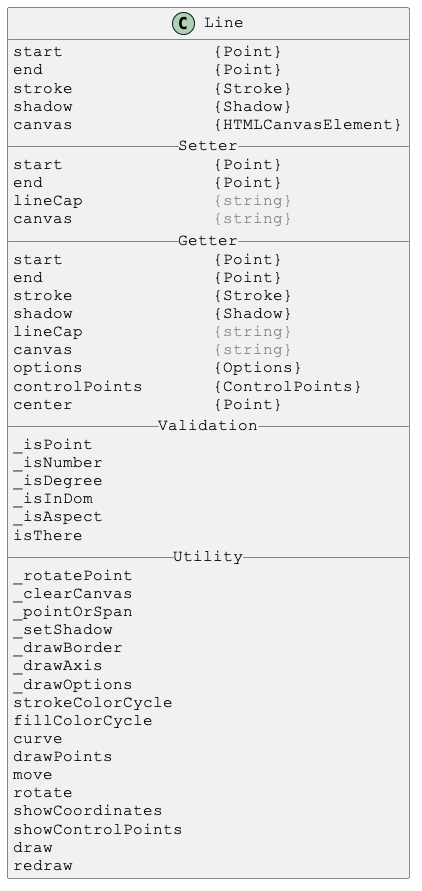
Above: docs/PlantUml/images/Line.png in Justin-Byrne/canvasLab (PlantUML), before the change.
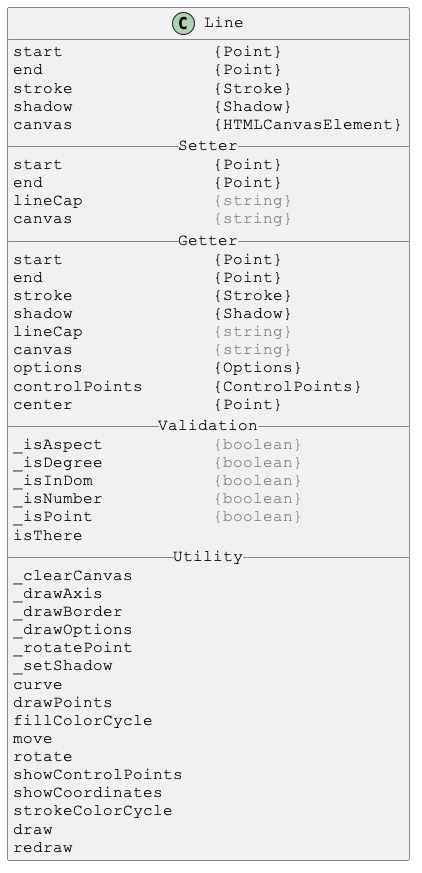
The same file after the commit.

Diff of the diagram source:
```diff
@@ -25,28 +25,27 @@
 controlPoints       {ControlPoints}
 center              {Point}
 __ Validation __
-_isPoint
-_isNumber
-_isDegree
-_isInDom
-_isAspect
+_isAspect           <color:gray>{boolean}</color>
+_isDegree           <color:gray>{boolean}</color>
+_isInDom            <color:gray>{boolean}</color>
+_isNumber           <color:gray>{boolean}</color>
+_isPoint            <color:gray>{boolean}</color>
 isThere
 __ Utility __
+_clearCanvas
+_drawAxis
+_drawBorder
+_drawOptions
 _rotatePoint
-_clearCanvas
-_pointOrSpan
 _setShadow
-_drawBorder
-_drawAxis
-_drawOptions
-strokeColorCycle
-fillColorCycle
 curve
 drawPoints
+fillColorCycle
 move
 rotate
+showControlPoints
 showCoordinates
-showControlPoints
+strokeColorCycle
 draw
 redraw
 }
```
